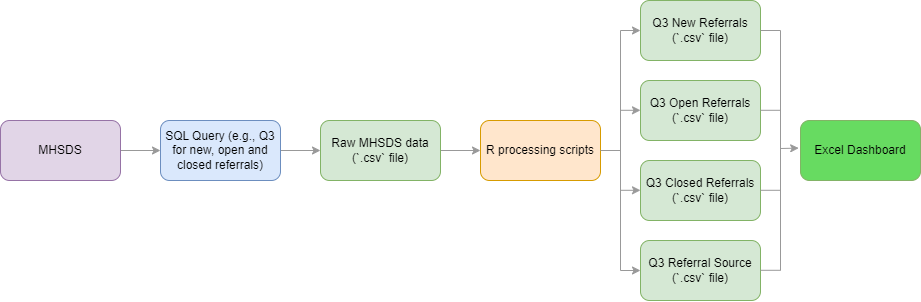
This is images/data_pipeline.png from NHS-Transformation-Unit/Perinatal-MH-Dashboard, a draw.io export, as it was before one commit. Source tidied: cells renumbered, new cells last; positions are measured from the earlier drawing's top-left corner, leaving out a move shared by most shapes.
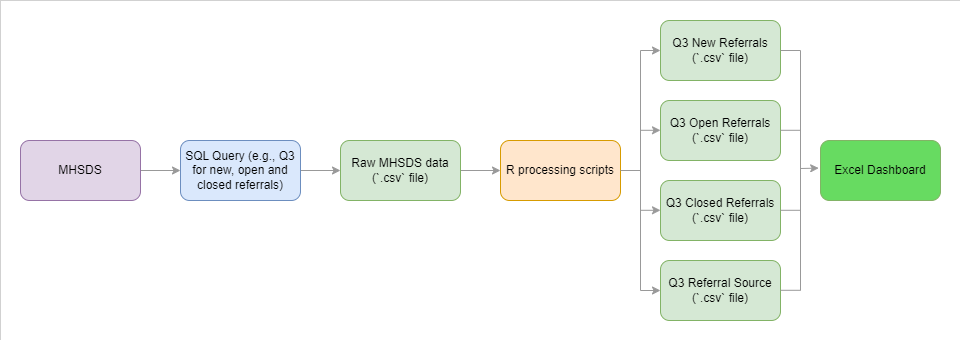
After the commit.

Commit message:
Further changes to diagram.

What changed in the source:
```diff
@@ -2,6 +2,9 @@
   <root>
     <mxCell id="0" />
     <mxCell id="1" parent="0" />
+    <mxCell id="26" style="rounded=0;whiteSpace=wrap;html=1;strokeWidth=0;" parent="1" vertex="1">
+      <mxGeometry x="-20" y="-20" width="960" height="340" as="geometry" />
+    </mxCell>
     <mxCell id="2" style="edgeStyle=orthogonalEdgeStyle;rounded=0;jettySize=auto;html=1;exitX=1;exitY=0.5;exitDx=0;exitDy=0;entryX=0;entryY=0.5;entryDx=0;entryDy=0;strokeColor=#999999;" parent="1" edge="1" source="3" target="7">
       <mxGeometry relative="1" as="geometry" />
     </mxCell>
```
